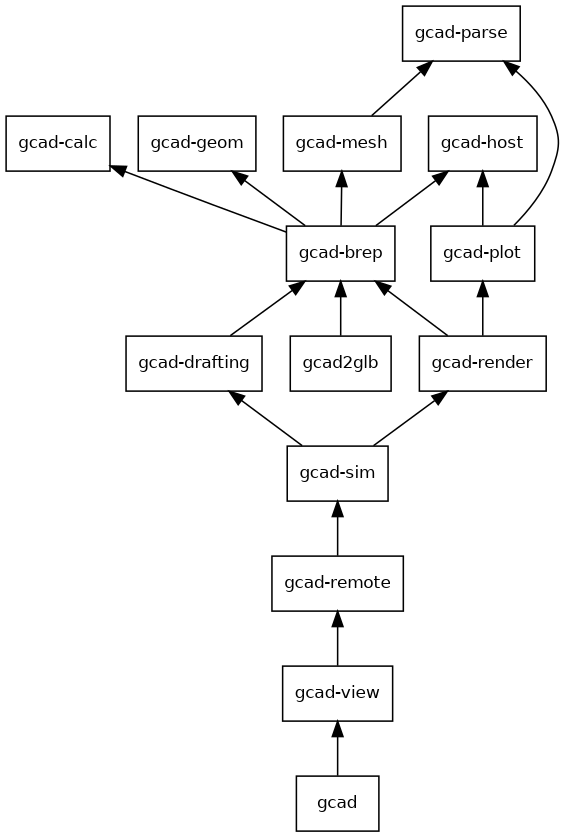
Before: docs/gcad-crates.png, a diagram exported from Graphviz (v0l/gcad). Its source is kept beside it as docs/gcad-crates.dot. Source of this version:
```dot
digraph gcad {
	graph [rankdir=BT];
	node [fontname=Helvetica,
		fontsize=11,
		shape=box
	];
	gcad -> "gcad-view";
	"gcad-brep" -> "gcad-calc";
	"gcad-brep" -> "gcad-geom";
	"gcad-brep" -> "gcad-host";
	"gcad-brep" -> "gcad-mesh";
	"gcad-drafting" -> "gcad-brep";
	"gcad-mesh" -> "gcad-parse";
	"gcad-plot" -> "gcad-host";
	"gcad-plot" -> "gcad-parse";
	"gcad-remote" -> "gcad-sim";
	"gcad-render" -> "gcad-brep";
	"gcad-render" -> "gcad-plot";
	"gcad-sim" -> "gcad-drafting";
	"gcad-sim" -> "gcad-render";
	"gcad-view" -> "gcad-remote";
	gcad2glb -> "gcad-brep";
}
```
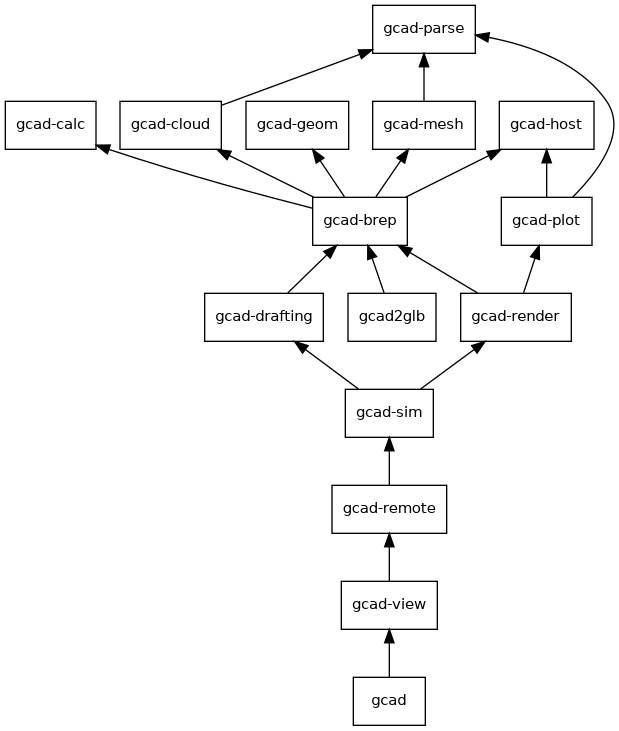
Above is the later version.

Diff of the diagram source:
```diff
@@ -6,9 +6,11 @@
 	];
 	gcad -> "gcad-view";
 	"gcad-brep" -> "gcad-calc";
+	"gcad-brep" -> "gcad-cloud";
 	"gcad-brep" -> "gcad-geom";
 	"gcad-brep" -> "gcad-host";
 	"gcad-brep" -> "gcad-mesh";
+	"gcad-cloud" -> "gcad-parse";
 	"gcad-drafting" -> "gcad-brep";
 	"gcad-mesh" -> "gcad-parse";
 	"gcad-plot" -> "gcad-host";
```
